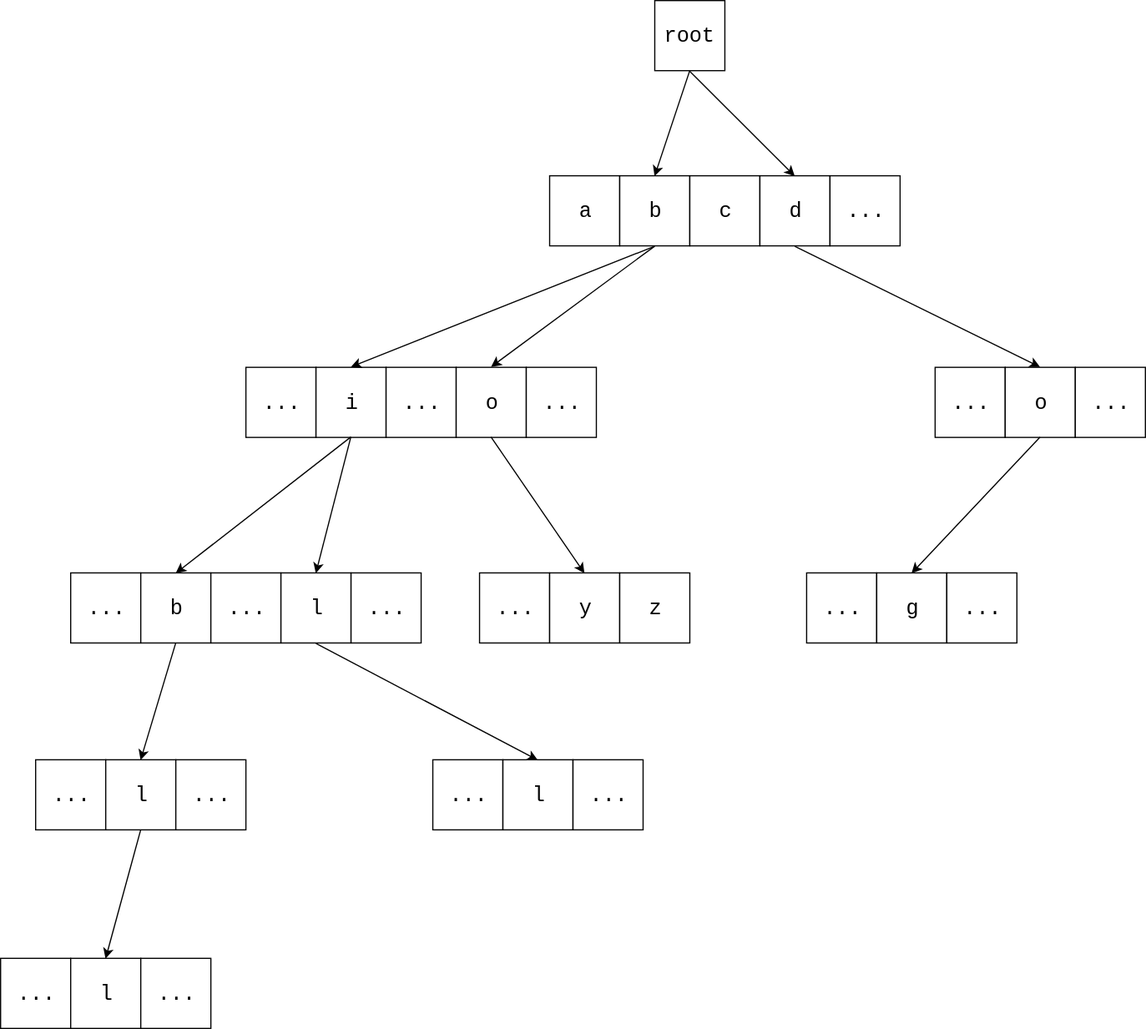
Above: docs/DataStructure/res/PrefixTree1.svg in linrongbin16/way-to-algorithm (draw.io), before the change. Source tidied: cells renumbered, new cells last; positions are measured from the earlier drawing's top-left corner, leaving out a move shared by most shapes. The source it was exported from:
```xml
<mxGraphModel background="#ffffff">
  <root>
    <mxCell id="0" />
    <mxCell id="1" parent="0" />
    <mxCell id="2" value="root" style="rounded=0;whiteSpace=wrap;html=1;fontFamily=Courier New;fontSize=18;fillColor=#ffffff;strokeColor=#000000;" parent="1" vertex="1">
      <mxGeometry x="560" width="60" height="60" as="geometry" />
    </mxCell>
    <mxCell id="3" value="a" style="rounded=0;whiteSpace=wrap;html=1;fontFamily=Courier New;fontSize=18;fillColor=#ffffff;strokeColor=#000000;" parent="1" vertex="1">
      <mxGeometry x="470" y="150" width="60" height="60" as="geometry" />
    </mxCell>
    <mxCell id="4" value="b" style="rounded=0;whiteSpace=wrap;html=1;fontFamily=Courier New;fontSize=18;fillColor=#ffffff;strokeColor=#000000;" parent="1" vertex="1">
      <mxGeometry x="530" y="150" width="60" height="60" as="geometry" />
    </mxCell>
    <mxCell id="5" value="c" style="rounded=0;whiteSpace=wrap;html=1;fontFamily=Courier New;fontSize=18;fillColor=#ffffff;strokeColor=#000000;" parent="1" vertex="1">
      <mxGeometry x="590" y="150" width="60" height="60" as="geometry" />
    </mxCell>
    <mxCell id="6" value="d" style="rounded=0;whiteSpace=wrap;html=1;fontFamily=Courier New;fontSize=18;fillColor=#ffffff;strokeColor=#000000;" parent="1" vertex="1">
      <mxGeometry x="650" y="150" width="60" height="60" as="geometry" />
    </mxCell>
    <mxCell id="7" value="..." style="rounded=0;whiteSpace=wrap;html=1;fontFamily=Courier New;fontSize=18;fillColor=#ffffff;strokeColor=#000000;" parent="1" vertex="1">
      <mxGeometry x="710" y="150" width="60" height="60" as="geometry" />
    </mxCell>
    <mxCell id="8" value="..." style="rounded=0;whiteSpace=wrap;html=1;fontFamily=Courier New;fontSize=18;fillColor=#ffffff;strokeColor=#000000;" parent="1" vertex="1">
      <mxGeometry x="210" y="314" width="60" height="60" as="geometry" />
    </mxCell>
    <mxCell id="9" value="i" style="rounded=0;whiteSpace=wrap;html=1;fontFamily=Courier New;fontSize=18;fillColor=#ffffff;strokeColor=#000000;" parent="1" vertex="1">
      <mxGeometry x="270" y="314" width="60" height="60" as="geometry" />
    </mxCell>
    <mxCell id="10" value="..." style="rounded=0;whiteSpace=wrap;html=1;fontFamily=Courier New;fontSize=18;fillColor=#ffffff;strokeColor=#000000;" parent="1" vertex="1">
      <mxGeometry x="330" y="314" width="60" height="60" as="geometry" />
    </mxCell>
    <mxCell id="11" value="o" style="rounded=0;whiteSpace=wrap;html=1;fontFamily=Courier New;fontSize=18;fillColor=#ffffff;strokeColor=#000000;" parent="1" vertex="1">
      <mxGeometry x="390" y="314" width="60" height="60" as="geometry" />
    </mxCell>
    <mxCell id="12" value="..." style="rounded=0;whiteSpace=wrap;html=1;fontFamily=Courier New;fontSize=18;fillColor=#ffffff;strokeColor=#000000;" parent="1" vertex="1">
      <mxGeometry x="450" y="314" width="60" height="60" as="geometry" />
    </mxCell>
    <mxCell id="13" value="..." style="rounded=0;whiteSpace=wrap;html=1;fontFamily=Courier New;fontSize=18;fillColor=#ffffff;strokeColor=#000000;" parent="1" vertex="1">
      <mxGeometry x="800" y="314" width="60" height="60" as="geometry" />
    </mxCell>
    <mxCell id="14" value="o" style="rounded=0;whiteSpace=wrap;html=1;fontFamily=Courier New;fontSize=18;fillColor=#ffffff;strokeColor=#000000;" parent="1" vertex="1">
      <mxGeometry x="860" y="314" width="60" height="60" as="geometry" />
    </mxCell>
    <mxCell id="15" value="..." style="rounded=0;whiteSpace=wrap;html=1;fontFamily=Courier New;fontSize=18;fillColor=#ffffff;strokeColor=#000000;" parent="1" vertex="1">
      <mxGeometry x="920" y="314" width="60" height="60" as="geometry" />
    </mxCell>
    <mxCell id="16" value="..." style="rounded=0;whiteSpace=wrap;html=1;fontFamily=Courier New;fontSize=18;fillColor=#ffffff;strokeColor=#000000;" parent="1" vertex="1">
      <mxGeometry x="60" y="490" width="60" height="60" as="geometry" />
    </mxCell>
    <mxCell id="17" value="b" style="rounded=0;whiteSpace=wrap;html=1;fontFamily=Courier New;fontSize=18;fillColor=#ffffff;strokeColor=#000000;" parent="1" vertex="1">
      <mxGeometry x="120" y="490" width="60" height="60" as="geometry" />
    </mxCell>
    <mxCell id="18" value="..." style="rounded=0;whiteSpace=wrap;html=1;fontFamily=Courier New;fontSize=18;fillColor=#ffffff;strokeColor=#000000;" parent="1" vertex="1">
      <mxGeometry x="180" y="490" width="60" height="60" as="geometry" />
    </mxCell>
    <mxCell id="19" value="l" style="rounded=0;whiteSpace=wrap;html=1;fontFamily=Courier New;fontSize=18;fillColor=#ffffff;strokeColor=#000000;" parent="1" vertex="1">
      <mxGeometry x="240" y="490" width="60" height="60" as="geometry" />
    </mxCell>
    <mxCell id="20" value="..." style="rounded=0;whiteSpace=wrap;html=1;fontFamily=Courier New;fontSize=18;fillColor=#ffffff;strokeColor=#000000;" parent="1" vertex="1">
      <mxGeometry x="300" y="490" width="60" height="60" as="geometry" />
    </mxCell>
    <mxCell id="21" value="..." style="rounded=0;whiteSpace=wrap;html=1;fontFamily=Courier New;fontSize=18;fillColor=#ffffff;strokeColor=#000000;" parent="1" vertex="1">
      <mxGeometry x="410" y="490" width="60" height="60" as="geometry" />
    </mxCell>
    <mxCell id="22" value="y" style="rounded=0;whiteSpace=wrap;html=1;fontFamily=Courier New;fontSize=18;fillColor=#ffffff;strokeColor=#000000;" parent="1" vertex="1">
      <mxGeometry x="470" y="490" width="60" height="60" as="geometry" />
    </mxCell>
    <mxCell id="23" value="z" style="rounded=0;whiteSpace=wrap;html=1;fontFamily=Courier New;fontSize=18;fillColor=#ffffff;strokeColor=#000000;" parent="1" vertex="1">
      <mxGeometry x="530" y="490" width="60" height="60" as="geometry" />
    </mxCell>
    <mxCell id="24" value="..." style="rounded=0;whiteSpace=wrap;html=1;fontFamily=Courier New;fontSize=18;fillColor=#ffffff;strokeColor=#000000;" parent="1" vertex="1">
      <mxGeometry x="690" y="490" width="60" height="60" as="geometry" />
    </mxCell>
    <mxCell id="25" value="g" style="rounded=0;whiteSpace=wrap;html=1;fontFamily=Courier New;fontSize=18;fillColor=#ffffff;strokeColor=#000000;" parent="1" vertex="1">
      <mxGeometry x="750" y="490" width="60" height="60" as="geometry" />
    </mxCell>
    <mxCell id="26" value="..." style="rounded=0;whiteSpace=wrap;html=1;fontFamily=Courier New;fontSize=18;fillColor=#ffffff;strokeColor=#000000;" parent="1" vertex="1">
      <mxGeometry x="810" y="490" width="60" height="60" as="geometry" />
    </mxCell>
    <mxCell id="27" value="..." style="rounded=0;whiteSpace=wrap;html=1;fontFamily=Courier New;fontSize=18;fillColor=#ffffff;strokeColor=#000000;" parent="1" vertex="1">
      <mxGeometry x="30" y="650" width="60" height="60" as="geometry" />
    </mxCell>
    <mxCell id="28" value="l" style="rounded=0;whiteSpace=wrap;html=1;fontFamily=Courier New;fontSize=18;fillColor=#ffffff;strokeColor=#000000;" parent="1" vertex="1">
      <mxGeometry x="90" y="650" width="60" height="60" as="geometry" />
    </mxCell>
    <mxCell id="29" value="..." style="rounded=0;whiteSpace=wrap;html=1;fontFamily=Courier New;fontSize=18;fillColor=#ffffff;strokeColor=#000000;" parent="1" vertex="1">
      <mxGeometry x="150" y="650" width="60" height="60" as="geometry" />
    </mxCell>
    <mxCell id="30" value="..." style="rounded=0;whiteSpace=wrap;html=1;fontFamily=Courier New;fontSize=18;fillColor=#ffffff;strokeColor=#000000;" parent="1" vertex="1">
      <mxGeometry x="370" y="650" width="60" height="60" as="geometry" />
    </mxCell>
    <mxCell id="31" value="l" style="rounded=0;whiteSpace=wrap;html=1;fontFamily=Courier New;fontSize=18;fillColor=#ffffff;strokeColor=#000000;" parent="1" vertex="1">
      <mxGeometry x="430" y="650" width="60" height="60" as="geometry" />
    </mxCell>
    <mxCell id="32" value="..." style="rounded=0;whiteSpace=wrap;html=1;fontFamily=Courier New;fontSize=18;fillColor=#ffffff;strokeColor=#000000;" parent="1" vertex="1">
      <mxGeometry x="490" y="650" width="60" height="60" as="geometry" />
    </mxCell>
    <mxCell id="33" value="..." style="rounded=0;whiteSpace=wrap;html=1;fontFamily=Courier New;fontSize=18;fillColor=#ffffff;strokeColor=#000000;" parent="1" vertex="1">
      <mxGeometry y="820" width="60" height="60" as="geometry" />
    </mxCell>
    <mxCell id="34" value="l" style="rounded=0;whiteSpace=wrap;html=1;fontFamily=Courier New;fontSize=18;fillColor=#ffffff;strokeColor=#000000;" parent="1" vertex="1">
      <mxGeometry x="60" y="820" width="60" height="60" as="geometry" />
    </mxCell>
    <mxCell id="35" value="..." style="rounded=0;whiteSpace=wrap;html=1;fontFamily=Courier New;fontSize=18;fillColor=#ffffff;strokeColor=#000000;" parent="1" vertex="1">
      <mxGeometry x="120" y="820" width="60" height="60" as="geometry" />
    </mxCell>
    <mxCell id="36" style="endArrow=classic;html=1;fontFamily=Courier New;fontSize=18;exitX=0.5;exitY=1;entryX=0.5;entryY=0;" parent="1" edge="1" source="2" target="4">
      <mxGeometry relative="1" as="geometry" />
    </mxCell>
    <mxCell id="37" style="endArrow=classic;html=1;fontFamily=Courier New;fontSize=18;exitX=0.5;exitY=1;entryX=0.5;entryY=0;" parent="1" edge="1" source="2" target="6">
      <mxGeometry relative="1" as="geometry" />
    </mxCell>
    <mxCell id="38" style="endArrow=classic;html=1;fontFamily=Courier New;fontSize=18;exitX=0.5;exitY=1;entryX=0.5;entryY=0;" parent="1" edge="1" source="4" target="9">
      <mxGeometry relative="1" as="geometry" />
    </mxCell>
    <mxCell id="39" style="endArrow=classic;html=1;fontFamily=Courier New;fontSize=18;exitX=0.5;exitY=1;entryX=0.5;entryY=0;" parent="1" edge="1" source="4" target="11">
      <mxGeometry relative="1" as="geometry" />
    </mxCell>
    <mxCell id="40" style="endArrow=classic;html=1;fontFamily=Courier New;fontSize=18;exitX=0.5;exitY=1;entryX=0.5;entryY=0;" parent="1" edge="1" source="6" target="14">
      <mxGeometry relative="1" as="geometry" />
    </mxCell>
    <mxCell id="41" style="endArrow=classic;html=1;fontFamily=Courier New;fontSize=18;exitX=0.5;exitY=1;entryX=0.5;entryY=0;" parent="1" edge="1" source="9" target="17">
      <mxGeometry relative="1" as="geometry" />
    </mxCell>
    <mxCell id="42" style="endArrow=classic;html=1;fontFamily=Courier New;fontSize=18;exitX=0.5;exitY=1;entryX=0.5;entryY=0;" parent="1" edge="1" source="9" target="19">
      <mxGeometry relative="1" as="geometry" />
    </mxCell>
    <mxCell id="43" style="endArrow=classic;html=1;fontFamily=Courier New;fontSize=18;exitX=0.5;exitY=1;entryX=0.5;entryY=0;" parent="1" edge="1" source="11" target="22">
      <mxGeometry relative="1" as="geometry" />
    </mxCell>
    <mxCell id="44" style="endArrow=classic;html=1;fontFamily=Courier New;fontSize=18;exitX=0.5;exitY=1;entryX=0.5;entryY=0;" parent="1" edge="1" source="14" target="25">
      <mxGeometry relative="1" as="geometry" />
    </mxCell>
    <mxCell id="45" style="endArrow=classic;html=1;fontFamily=Courier New;fontSize=18;exitX=0.5;exitY=1;entryX=0.5;entryY=0;" parent="1" edge="1" source="17" target="28">
      <mxGeometry relative="1" as="geometry" />
    </mxCell>
    <mxCell id="46" style="endArrow=classic;html=1;fontFamily=Courier New;fontSize=18;exitX=0.5;exitY=1;entryX=0.5;entryY=0;" parent="1" edge="1" source="19" target="31">
      <mxGeometry relative="1" as="geometry" />
    </mxCell>
    <mxCell id="47" style="endArrow=classic;html=1;fontFamily=Courier New;fontSize=18;exitX=0.5;exitY=1;entryX=0.5;entryY=0;" parent="1" edge="1" source="28" target="34">
      <mxGeometry relative="1" as="geometry" />
    </mxCell>
  </root>
</mxGraphModel>
```
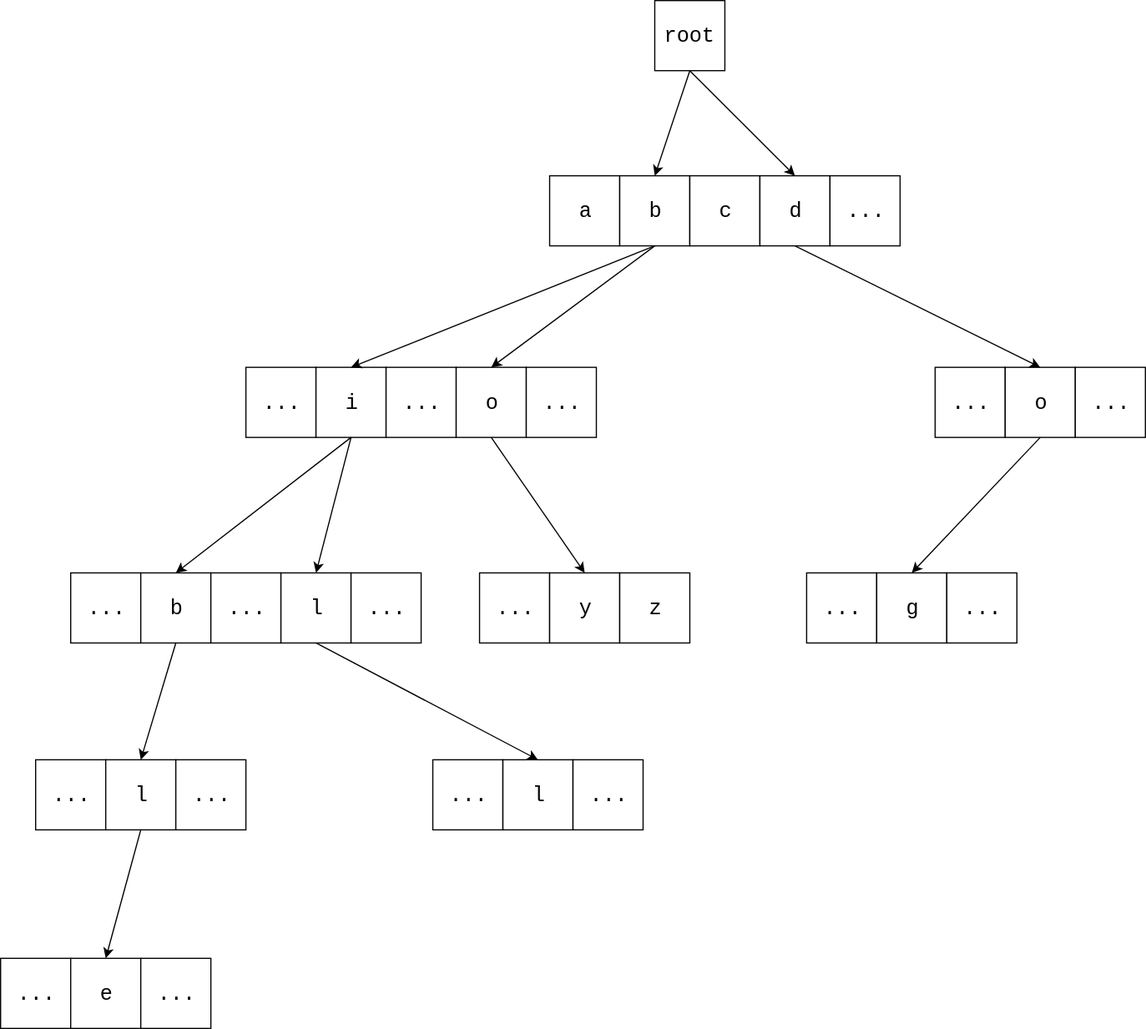
Later version of the same file.

Commit message:
fix prefix tree spell error: bible

The edit, as a diff of the source:
```diff
@@ -98,7 +98,7 @@
     <mxCell id="33" value="..." style="rounded=0;whiteSpace=wrap;html=1;fontFamily=Courier New;fontSize=18;fillColor=#ffffff;strokeColor=#000000;" parent="1" vertex="1">
       <mxGeometry y="820" width="60" height="60" as="geometry" />
     </mxCell>
-    <mxCell id="34" value="l" style="rounded=0;whiteSpace=wrap;html=1;fontFamily=Courier New;fontSize=18;fillColor=#ffffff;strokeColor=#000000;" parent="1" vertex="1">
+    <mxCell id="34" value="e" style="rounded=0;whiteSpace=wrap;html=1;fontFamily=Courier New;fontSize=18;fillColor=#ffffff;strokeColor=#000000;" parent="1" vertex="1">
       <mxGeometry x="60" y="820" width="60" height="60" as="geometry" />
     </mxCell>
     <mxCell id="35" value="..." style="rounded=0;whiteSpace=wrap;html=1;fontFamily=Courier New;fontSize=18;fillColor=#ffffff;strokeColor=#000000;" parent="1" vertex="1">
```
